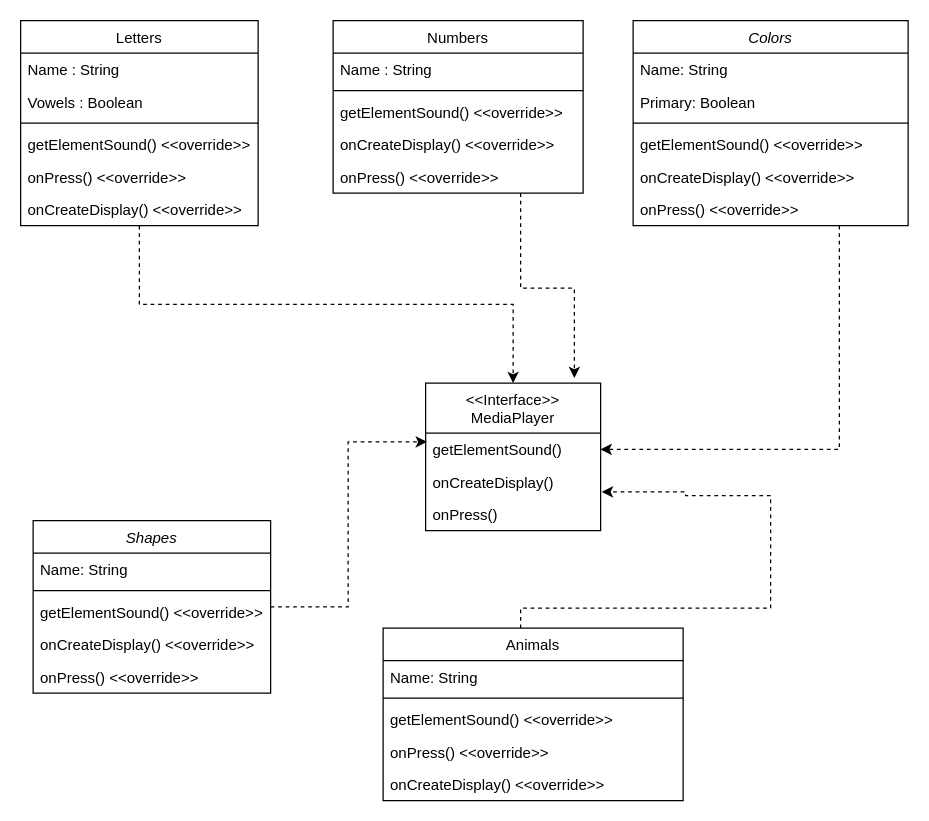
Before: UML.drawio in Austin-Earl-Private/ChildrenLearningApp, a draw.io diagram. Source tidied: cells renumbered, new cells numbered last; positions are measured from the earlier drawing's top-left corner, leaving out a move shared by most shapes. Both pictures are drawn from the tidied source at 125%, with x=0, y=0 at pixel (20, 20).
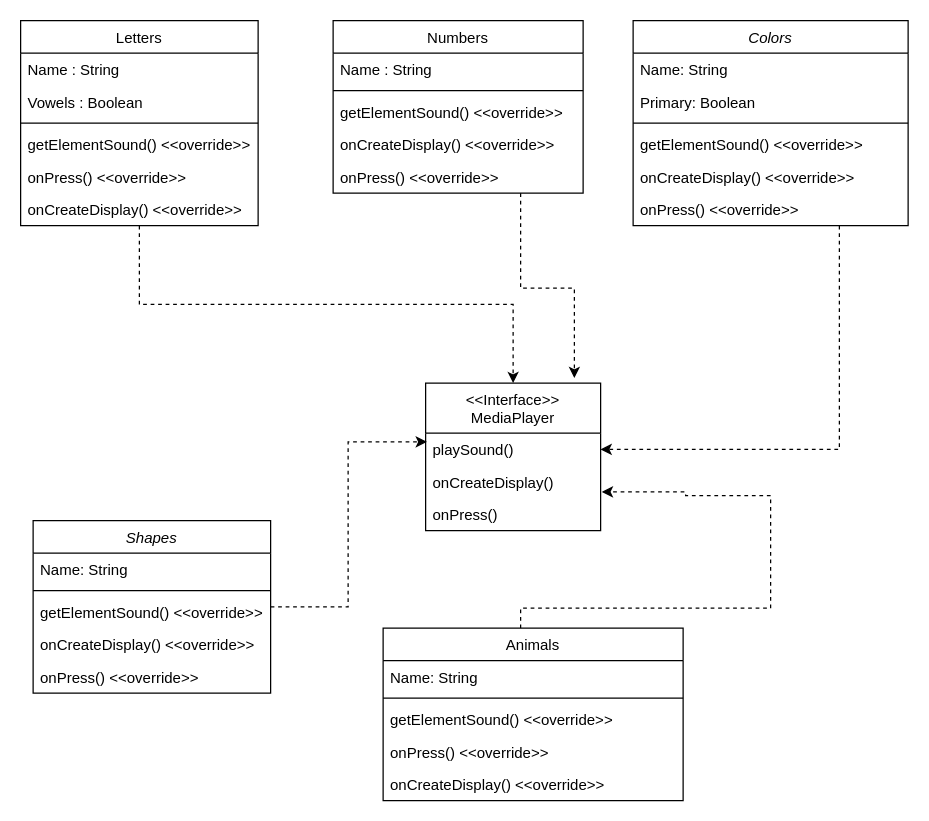
Above is the later version.

The change refers to these unchanged cells:
```xml
<mxCell id="39" value="&#10;&lt;&lt;Interface&gt;&gt;&#10;MediaPlayer&#10;" style="swimlane;fontStyle=0;horizontal=1;startSize=40;fillColor=none;" parent="1" vertex="1">
  <mxGeometry x="324" y="290" width="140" height="118" as="geometry" />
</mxCell>
```

What changed in the source:
```diff
@@
-    <mxCell id="40" value="getElementSound()" style="text;strokeColor=none;fillColor=none;align=left;verticalAlign=top;spacingLeft=4;spacingRight=4;overflow=hidden;points=[[0,0.5],[1,0.5]];portConstraint=eastwest;" parent="39" vertex="1">
+    <mxCell id="40" value="playSound()" style="text;strokeColor=none;fillColor=none;align=left;verticalAlign=top;spacingLeft=4;spacingRight=4;overflow=hidden;points=[[0,0.5],[1,0.5]];portConstraint=eastwest;" parent="39" vertex="1">
       <mxGeometry y="40" width="140" height="26" as="geometry" />
     </mxCell>
```
